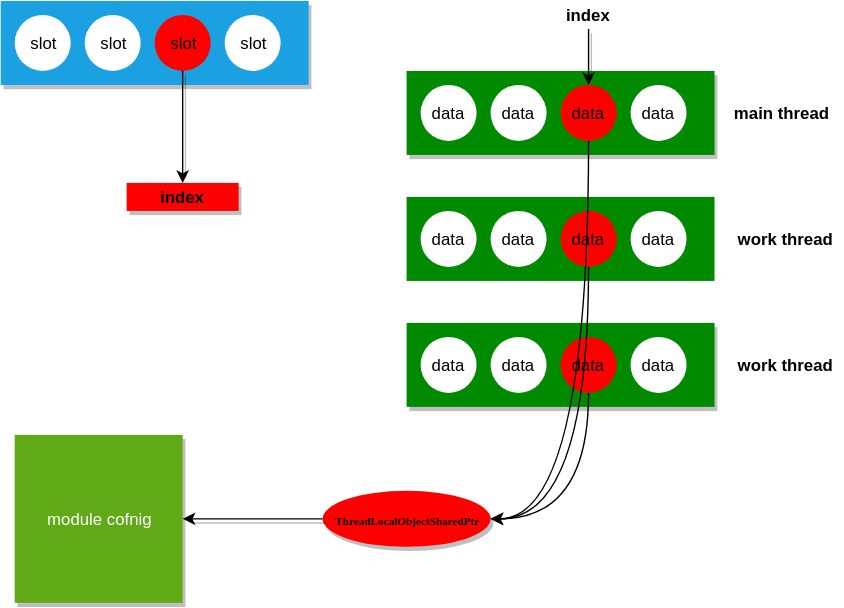
Earlier version of the draw.io export envoy/assets/threadlocal.drawio.svg (pycer/note). Source tidied: cells renumbered, new cells last; positions are measured from the earlier drawing's top-left corner, leaving out a move shared by most shapes.
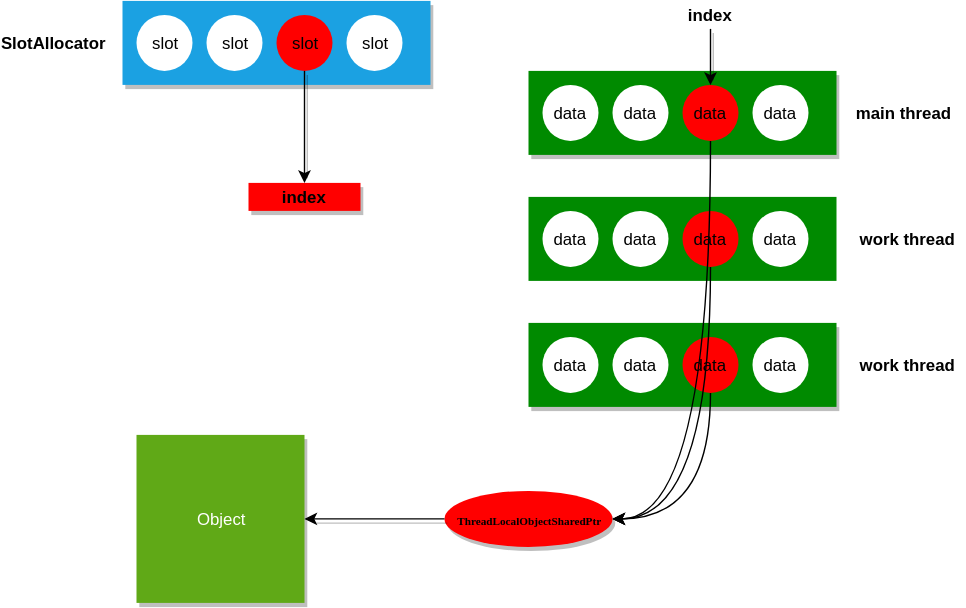
After the commit.

Change to the diagram source:
```diff
@@ -89,7 +89,7 @@
     <mxCell id="30" style="endArrow=classic;html=1;exitX=0.5;exitY=1;exitDx=0;exitDy=0;entryX=1;entryY=0.5;entryDx=0;entryDy=0;edgeStyle=orthogonalEdgeStyle;curved=1;shadow=0;" parent="1" edge="1" source="12" target="27">
       <mxGeometry relative="1" as="geometry" />
     </mxCell>
-    <mxCell id="31" value="module cofnig" style="rounded=0;whiteSpace=wrap;html=1;fillColor=#60a917;strokeColor=none;fontColor=#ffffff;shadow=1;" parent="1" vertex="1">
+    <mxCell id="31" value="Object" style="rounded=0;whiteSpace=wrap;html=1;fillColor=#60a917;strokeColor=none;fontColor=#ffffff;shadow=1;" parent="1" vertex="1">
       <mxGeometry x="10" y="310" width="120" height="120" as="geometry" />
     </mxCell>
     <mxCell id="32" style="endArrow=classic;html=1;exitX=0;exitY=0.5;exitDx=0;exitDy=0;entryX=1;entryY=0.5;entryDx=0;entryDy=0;shadow=1;" parent="1" edge="1" source="27" target="31">
@@ -101,5 +101,8 @@
     <mxCell id="34" style="endArrow=classic;html=1;exitX=0.5;exitY=1;exitDx=0;exitDy=0;entryX=0.5;entryY=0;entryDx=0;entryDy=0;shadow=1;" parent="1" edge="1" source="33" target="12">
       <mxGeometry relative="1" as="geometry" />
     </mxCell>
+    <mxCell id="35" value="&lt;b&gt;SlotAllocator&lt;/b&gt;" style="text;html=1;strokeColor=none;fillColor=none;align=center;verticalAlign=middle;whiteSpace=wrap;rounded=0;" parent="1" vertex="1">
+      <mxGeometry x="-70" y="20" width="40" height="20" as="geometry" />
+    </mxCell>
   </root>
 </mxGraphModel>
```
